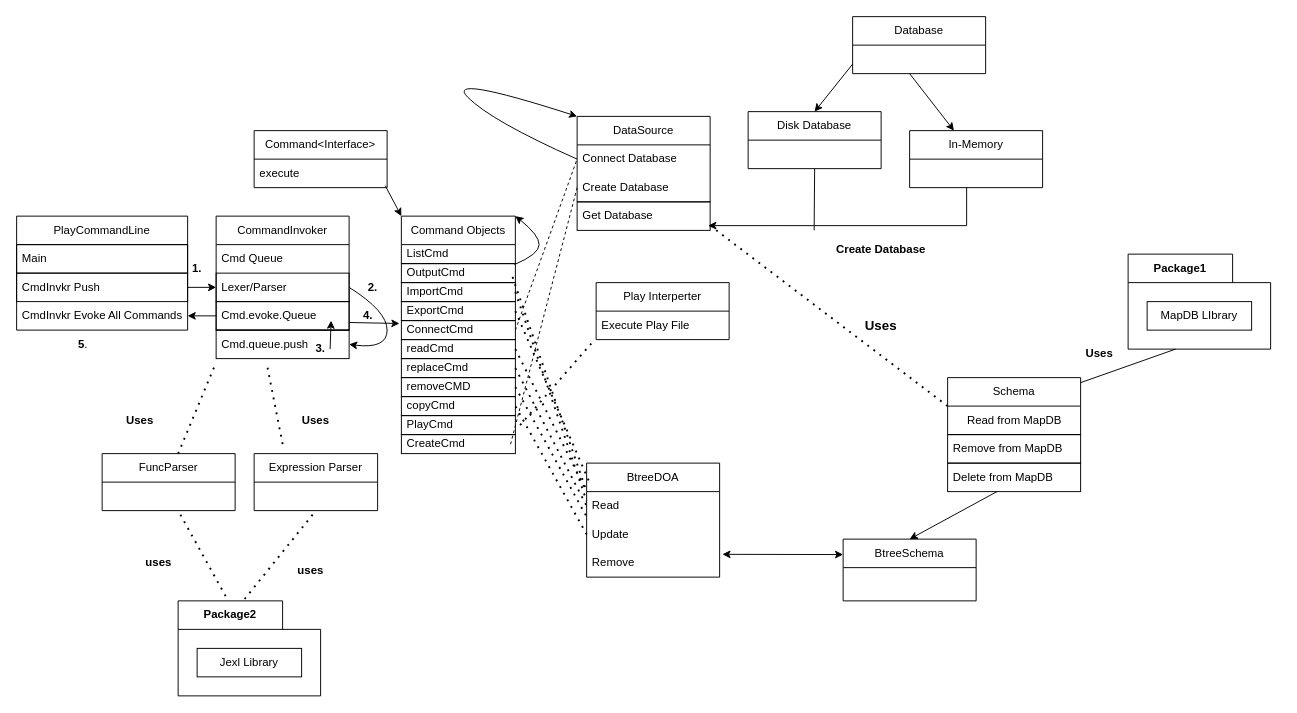
selvadurai/PlayDB keeps this draw.io diagram as Resources/playDBDesign.drawio. Above is the earlier version. Source tidied: cells renumbered, new cells numbered last; positions are measured from the earlier drawing's top-left corner, leaving out a move shared by most shapes. Both pictures are drawn from the tidied source at 95%, with x=0, y=0 at pixel (16, 16).
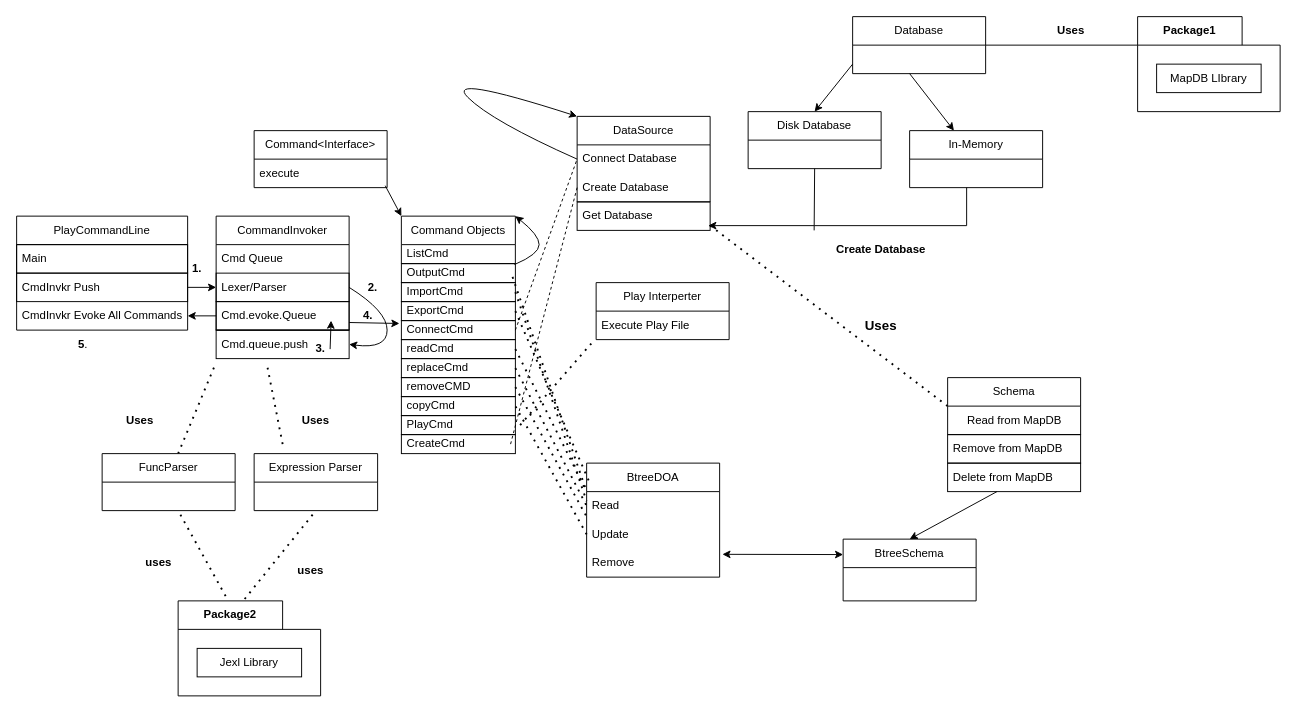
After the change.

Unchanged cells that the change refers to:
```xml
<mxCell id="50" value="Database" style="swimlane;fontStyle=0;horizontal=1;startSize=30;whiteSpace=wrap;html=1;" parent="1" vertex="1">
  <mxGeometry x="880" width="140" height="60" as="geometry" />
</mxCell>
<mxCell id="62" value="Schema" style="swimlane;fontStyle=0;horizontal=1;startSize=30;whiteSpace=wrap;html=1;" parent="1" vertex="1">
  <mxGeometry x="980" y="380" width="140" height="60" as="geometry" />
</mxCell>
```

The edit, as a diff of the source:
```diff
@@
     <mxCell id="68" value="Package1" style="shape=folder;fontStyle=1;tabWidth=110;tabHeight=30;tabPosition=left;html=1;boundedLbl=1;labelInHeader=1;whiteSpace=wrap;" parent="1" vertex="1">
-      <mxGeometry x="1170" y="250" width="150" height="100" as="geometry" />
+      <mxGeometry x="1180" width="150" height="100" as="geometry" />
     </mxCell>
@@
-    <mxCell id="70" style="endArrow=none;html=1;rounded=0;entryX=0.333;entryY=1;entryDx=0;entryDy=0;entryPerimeter=0;" parent="1" edge="1" source="62" target="68">
-      <mxGeometry relative="1" as="geometry" />
-    </mxCell>
     <mxCell id="71" value="&lt;b&gt;Uses&lt;/b&gt;" style="text;html=1;strokeColor=none;fillColor=none;align=center;verticalAlign=middle;whiteSpace=wrap;rounded=0;" parent="1" vertex="1">
-      <mxGeometry x="1110" y="340" width="60" height="30" as="geometry" />
+      <mxGeometry x="1080" width="60" height="30" as="geometry" />
     </mxCell>
@@
+    <mxCell id="93" style="endArrow=none;html=1;rounded=0;exitX=1;exitY=0.5;exitDx=0;exitDy=0;entryX=0;entryY=0;entryDx=0;entryDy=30;entryPerimeter=0;" parent="1" edge="1" source="50" target="68">
+      <mxGeometry relative="1" as="geometry" />
+    </mxCell>
```
